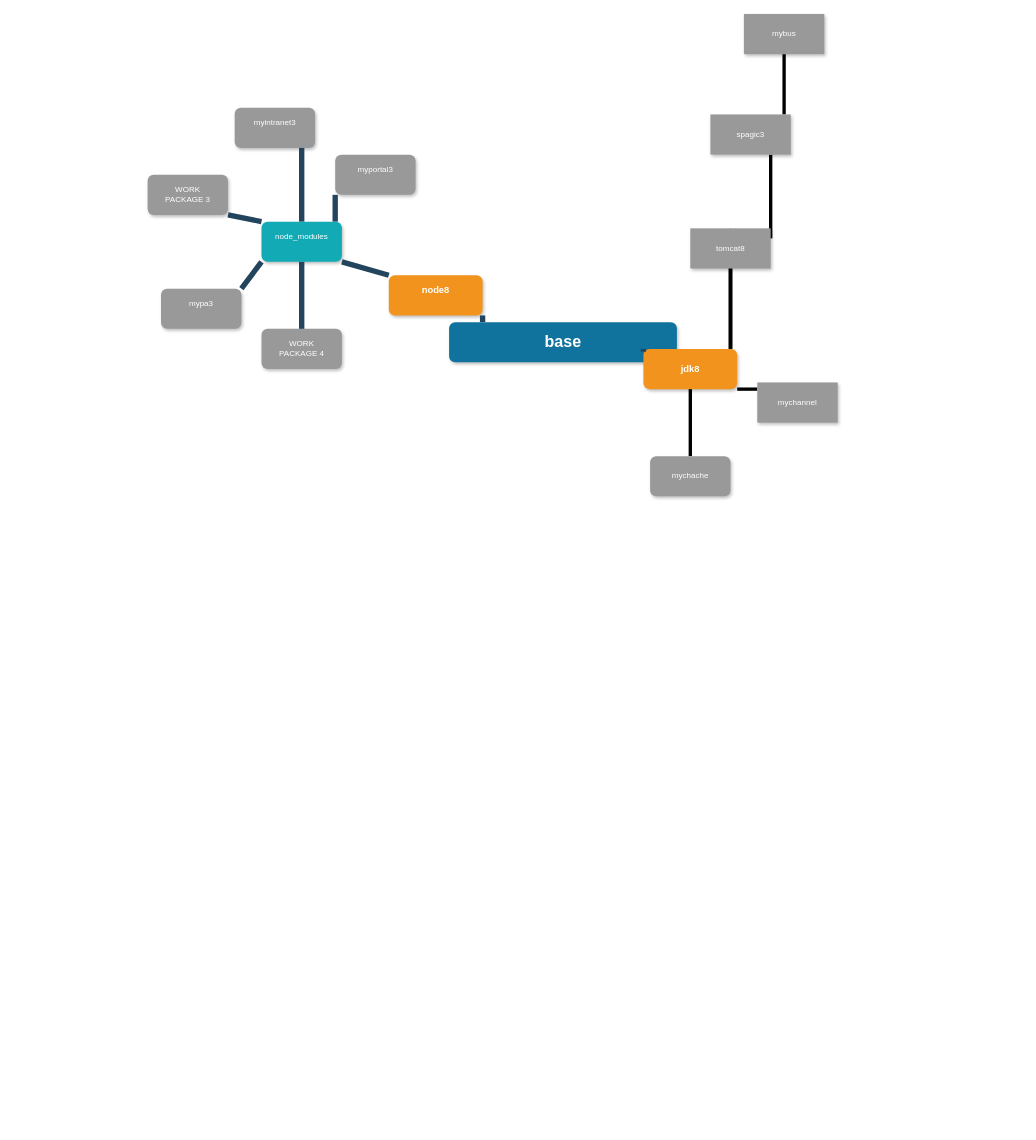
Earlier version of the draw.io diagram Untitled Diagram.drawio (andpra70/drawings). Source tidied: cells renumbered, new cells numbered last; positions are measured from the earlier drawing's top-left corner, leaving out a move shared by most shapes. Both pictures are drawn from the tidied source at 67%, with x=0, y=0 at pixel (147, 13).
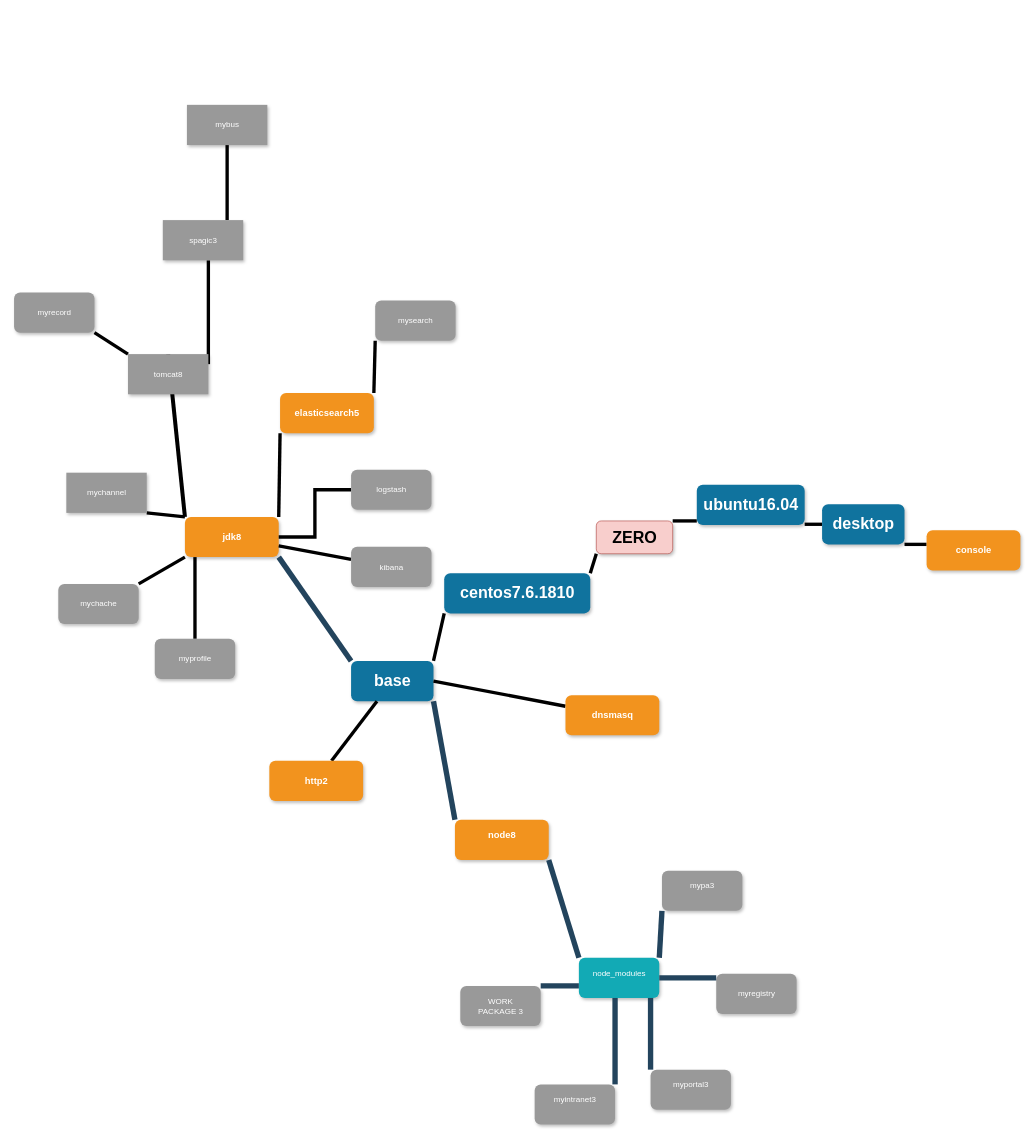
The same page after the edit.

What changed in the source:
```diff
@@
     <mxCell id="2" value="base" style="whiteSpace=wrap;rounded=1;shadow=1;fillColor=#10739E;strokeColor=none;fontColor=#FFFFFF;fontStyle=1;fontSize=24;" parent="1" vertex="1">
-      <mxGeometry x="449.8" y="460.3" width="340" height="60" as="geometry" />
+      <mxGeometry x="303.5" y="966" width="123" height="60" as="geometry" />
     </mxCell>
     <mxCell id="3" value="node8&#10;" style="whiteSpace=wrap;rounded=1;fillColor=#F2931E;strokeColor=none;shadow=1;fontColor=#FFFFFF;fontStyle=1;fontSize=14;" parent="1" vertex="1">
-      <mxGeometry x="359.8" y="390.3" width="140" height="60" as="geometry" />
+      <mxGeometry x="458.5" y="1203" width="140" height="60" as="geometry" />
     </mxCell>
-    <mxCell id="4" style="edgeStyle=orthogonalEdgeStyle;rounded=0;jettySize=auto;html=1;entryX=0.5;entryY=0;entryDx=0;entryDy=0;strokeWidth=6;noEdgeStyle=1;orthogonal=1;" parent="1" edge="1" source="5" target="28">
+    <mxCell id="4" style="edgeStyle=orthogonalEdgeStyle;rounded=0;jettySize=auto;html=1;entryX=0.5;entryY=0;entryDx=0;entryDy=0;strokeWidth=6;noEdgeStyle=1;orthogonal=1;endArrow=none;endFill=0;" parent="1" edge="1" source="5" target="28">
       <mxGeometry relative="1" as="geometry" />
     </mxCell>
     <mxCell id="5" value="jdk8" style="whiteSpace=wrap;rounded=1;fillColor=#F2931E;strokeColor=none;shadow=1;fontColor=#FFFFFF;fontStyle=1;fontSize=14;" parent="1" vertex="1">
-      <mxGeometry x="739.8" y="500.3" width="140" height="60" as="geometry" />
+      <mxGeometry x="55.5" y="751" width="140" height="60" as="geometry" />
     </mxCell>
     <mxCell id="6" value="node_modules&#10;" style="whiteSpace=wrap;rounded=1;fillColor=#12AAB5;strokeColor=none;shadow=1;fontColor=#FFFFFF;" parent="1" vertex="1">
-      <mxGeometry x="169.8" y="310.3" width="120" height="60" as="geometry" />
+      <mxGeometry x="643.5" y="1409" width="120" height="60" as="geometry" />
     </mxCell>
     <mxCell id="7" value="myportal3&#10;" style="whiteSpace=wrap;rounded=1;fillColor=#999999;strokeColor=none;shadow=1;fontColor=#FFFFFF;fontStyle=0;" parent="1" vertex="1">
-      <mxGeometry x="279.8" y="210.3" width="120" height="60" as="geometry" />
+      <mxGeometry x="750.5" y="1576" width="120" height="60" as="geometry" />
     </mxCell>
     <mxCell id="8" value="mypa3&#10;" style="whiteSpace=wrap;rounded=1;fillColor=#999999;strokeColor=none;shadow=1;fontColor=#FFFFFF;fontStyle=0;" parent="1" vertex="1">
-      <mxGeometry x="19.8" y="410.3" width="120" height="60" as="geometry" />
+      <mxGeometry x="767.5" y="1279" width="120" height="60" as="geometry" />
     </mxCell>
     <mxCell id="9" value="WORK&#10;PACKAGE 3" style="whiteSpace=wrap;rounded=1;fillColor=#999999;strokeColor=none;shadow=1;fontColor=#FFFFFF;fontStyle=0;" parent="1" vertex="1">
-      <mxGeometry x="-0.2" y="240.3" width="120" height="60" as="geometry" />
+      <mxGeometry x="466.5" y="1451" width="120" height="60" as="geometry" />
     </mxCell>
-    <mxCell id="10" value="WORK&#10;PACKAGE 4" style="whiteSpace=wrap;rounded=1;fillColor=#999999;strokeColor=none;shadow=1;fontColor=#FFFFFF;fontStyle=0;" parent="1" vertex="1">
-      <mxGeometry x="169.8" y="470.3" width="120" height="60" as="geometry" />
+    <mxCell id="10" value="myregistry" style="whiteSpace=wrap;rounded=1;fillColor=#999999;strokeColor=none;shadow=1;fontColor=#FFFFFF;fontStyle=0;" parent="1" vertex="1">
+      <mxGeometry x="848.5" y="1433" width="120" height="60" as="geometry" />
     </mxCell>
     <mxCell id="11" value="myintranet3&#10;" style="whiteSpace=wrap;rounded=1;fillColor=#999999;strokeColor=none;shadow=1;fontColor=#FFFFFF;fontStyle=0;" parent="1" vertex="1">
-      <mxGeometry x="129.8" y="140.3" width="120" height="60" as="geometry" />
+      <mxGeometry x="577.5" y="1598" width="120" height="60" as="geometry" />
     </mxCell>
@@
     <mxCell id="21" value="mychannel" style="whiteSpace=wrap;rounded=1;fillColor=#999999;strokeColor=none;shadow=1;fontColor=#FFFFFF;fontStyle=0;arcSize=0;" parent="1" vertex="1">
-      <mxGeometry x="909.8" y="550.3" width="120" height="60" as="geometry" />
+      <mxGeometry x="-121.5" y="685" width="120" height="60" as="geometry" />
     </mxCell>
@@
     <mxCell id="23" value="mychache" style="whiteSpace=wrap;rounded=1;fillColor=#999999;strokeColor=none;shadow=1;fontColor=#FFFFFF;fontStyle=0;" parent="1" vertex="1">
-      <mxGeometry x="749.8" y="660.3" width="120" height="60" as="geometry" />
+      <mxGeometry x="-133.5" y="851" width="120" height="60" as="geometry" />
     </mxCell>
@@
     <mxCell id="25" value="mybus" style="whiteSpace=wrap;rounded=1;fillColor=#999999;strokeColor=none;shadow=1;fontColor=#FFFFFF;fontStyle=0;arcSize=0;" parent="1" vertex="1">
-      <mxGeometry x="889.8" y="0.3" width="120" height="60" as="geometry" />
+      <mxGeometry x="58.5" y="136" width="120" height="60" as="geometry" />
     </mxCell>
@@
     <mxCell id="27" value="spagic3" style="whiteSpace=wrap;rounded=1;fillColor=#999999;strokeColor=none;shadow=1;fontColor=#FFFFFF;fontStyle=0;arcSize=0;" parent="1" vertex="1">
-      <mxGeometry x="839.8" y="150.3" width="120" height="60" as="geometry" />
+      <mxGeometry x="22.5" y="308" width="120" height="60" as="geometry" />
     </mxCell>
     <mxCell id="28" value="tomcat8" style="whiteSpace=wrap;rounded=1;fillColor=#999999;strokeColor=none;shadow=1;fontColor=#FFFFFF;fontStyle=0;arcSize=0;" parent="1" vertex="1">
-      <mxGeometry x="809.8" y="320.3" width="120" height="60" as="geometry" />
+      <mxGeometry x="-29.5" y="508" width="120" height="60" as="geometry" />
     </mxCell>
+    <mxCell id="29" style="edgeStyle=orthogonalEdgeStyle;rounded=0;jettySize=auto;html=1;strokeWidth=5;endArrow=none;endFill=0;noEdgeStyle=1;orthogonal=1;" parent="1" edge="1" source="30" target="5">
+      <mxGeometry relative="1" as="geometry" />
+    </mxCell>
+    <mxCell id="30" value="myprofile" style="whiteSpace=wrap;rounded=1;fillColor=#999999;strokeColor=none;shadow=1;fontColor=#FFFFFF;fontStyle=0;" parent="1" vertex="1">
+      <mxGeometry x="10.5" y="933" width="120" height="60" as="geometry" />
+    </mxCell>
+    <mxCell id="31" style="edgeStyle=orthogonalEdgeStyle;rounded=0;jettySize=auto;html=1;endArrow=none;endFill=0;strokeWidth=5;noEdgeStyle=1;orthogonal=1;" parent="1" edge="1" source="32" target="28">
+      <mxGeometry relative="1" as="geometry" />
+    </mxCell>
+    <mxCell id="32" value="myrecord" style="whiteSpace=wrap;rounded=1;fillColor=#999999;strokeColor=none;shadow=1;fontColor=#FFFFFF;fontStyle=0;" parent="1" vertex="1">
+      <mxGeometry x="-199.5" y="416" width="120" height="60" as="geometry" />
+    </mxCell>
+    <mxCell id="33" style="edgeStyle=orthogonalEdgeStyle;rounded=0;jettySize=auto;html=1;endArrow=none;endFill=0;strokeWidth=5;noEdgeStyle=1;orthogonal=1;" parent="1" edge="1" source="34" target="5">
+      <mxGeometry relative="1" as="geometry" />
+    </mxCell>
+    <mxCell id="34" value="elasticsearch5" style="whiteSpace=wrap;rounded=1;fillColor=#F2931E;strokeColor=none;shadow=1;fontColor=#FFFFFF;fontStyle=1;fontSize=14;" parent="1" vertex="1">
+      <mxGeometry x="197.5" y="566" width="140" height="60" as="geometry" />
+    </mxCell>
+    <mxCell id="35" style="edgeStyle=orthogonalEdgeStyle;rounded=0;jettySize=auto;html=1;endArrow=none;endFill=0;strokeWidth=5;noEdgeStyle=1;orthogonal=1;" parent="1" edge="1" source="36" target="34">
+      <mxGeometry relative="1" as="geometry" />
+    </mxCell>
+    <mxCell id="36" value="mysearch" style="whiteSpace=wrap;rounded=1;fillColor=#999999;strokeColor=none;shadow=1;fontColor=#FFFFFF;fontStyle=0;" parent="1" vertex="1">
+      <mxGeometry x="339.5" y="428" width="120" height="60" as="geometry" />
+    </mxCell>
+    <mxCell id="37" style="edgeStyle=orthogonalEdgeStyle;rounded=0;jettySize=auto;html=1;endArrow=none;endFill=0;strokeWidth=5;noEdgeStyle=1;orthogonal=1;" parent="1" edge="1" source="38" target="42">
+      <mxGeometry relative="1" as="geometry" />
+    </mxCell>
+    <mxCell id="38" value="desktop" style="whiteSpace=wrap;rounded=1;shadow=1;fillColor=#10739E;strokeColor=none;fontColor=#FFFFFF;fontStyle=1;fontSize=24;" parent="1" vertex="1">
+      <mxGeometry x="1006.5" y="732" width="123" height="60" as="geometry" />
+    </mxCell>
+    <mxCell id="39" style="edgeStyle=orthogonalEdgeStyle;rounded=0;jettySize=auto;html=1;endArrow=none;endFill=0;strokeWidth=5;noEdgeStyle=1;orthogonal=1;" parent="1" edge="1" source="40" target="38">
+      <mxGeometry relative="1" as="geometry" />
+    </mxCell>
+    <mxCell id="40" value="console" style="whiteSpace=wrap;rounded=1;fillColor=#F2931E;strokeColor=none;shadow=1;fontColor=#FFFFFF;fontStyle=1;fontSize=14;" parent="1" vertex="1">
+      <mxGeometry x="1162.5" y="771" width="140" height="60" as="geometry" />
+    </mxCell>
+    <mxCell id="41" style="edgeStyle=orthogonalEdgeStyle;rounded=0;jettySize=auto;html=1;endArrow=none;endFill=0;strokeWidth=5;noEdgeStyle=1;orthogonal=1;" parent="1" edge="1" source="42" target="46">
+      <mxGeometry relative="1" as="geometry" />
+    </mxCell>
+    <mxCell id="42" value="ubuntu16.04" style="whiteSpace=wrap;rounded=1;shadow=1;fillColor=#10739E;strokeColor=none;fontColor=#FFFFFF;fontStyle=1;fontSize=24;" parent="1" vertex="1">
+      <mxGeometry x="819.5" y="703" width="161" height="60" as="geometry" />
+    </mxCell>
+    <mxCell id="43" style="edgeStyle=orthogonalEdgeStyle;rounded=0;jettySize=auto;html=1;endArrow=none;endFill=0;strokeWidth=5;noEdgeStyle=1;orthogonal=1;" parent="1" edge="1" source="45" target="2">
+      <mxGeometry relative="1" as="geometry" />
+    </mxCell>
+    <mxCell id="44" style="edgeStyle=orthogonalEdgeStyle;rounded=0;jettySize=auto;html=1;endArrow=none;endFill=0;strokeWidth=5;noEdgeStyle=1;orthogonal=1;" parent="1" edge="1" source="45" target="46">
+      <mxGeometry relative="1" as="geometry" />
+    </mxCell>
+    <mxCell id="45" value="centos7.6.1810" style="whiteSpace=wrap;rounded=1;shadow=1;fillColor=#10739E;strokeColor=none;fontColor=#FFFFFF;fontStyle=1;fontSize=24;" parent="1" vertex="1">
+      <mxGeometry x="442.5" y="835" width="218" height="60" as="geometry" />
+    </mxCell>
+    <mxCell id="46" value="ZERO" style="whiteSpace=wrap;rounded=1;shadow=1;fillColor=#f8cecc;strokeColor=#b85450;fontStyle=1;fontSize=24;" parent="1" vertex="1">
+      <mxGeometry x="669.5" y="757" width="114" height="49" as="geometry" />
+    </mxCell>
+    <mxCell id="47" style="edgeStyle=orthogonalEdgeStyle;rounded=0;jettySize=auto;html=1;entryX=1;entryY=0.5;entryDx=0;entryDy=0;endArrow=none;endFill=0;strokeWidth=5;noEdgeStyle=1;" parent="1" edge="1" source="48" target="2">
+      <mxGeometry relative="1" as="geometry" />
+    </mxCell>
+    <mxCell id="48" value="dnsmasq" style="whiteSpace=wrap;rounded=1;fillColor=#F2931E;strokeColor=none;shadow=1;fontColor=#FFFFFF;fontStyle=1;fontSize=14;" parent="1" vertex="1">
+      <mxGeometry x="623.5" y="1017" width="140" height="60" as="geometry" />
+    </mxCell>
+    <mxCell id="49" style="edgeStyle=orthogonalEdgeStyle;rounded=0;jettySize=auto;html=1;endArrow=none;endFill=0;strokeWidth=5;noEdgeStyle=1;" parent="1" edge="1" source="50" target="2">
+      <mxGeometry relative="1" as="geometry" />
+    </mxCell>
+    <mxCell id="50" value="http2" style="whiteSpace=wrap;rounded=1;fillColor=#F2931E;strokeColor=none;shadow=1;fontColor=#FFFFFF;fontStyle=1;fontSize=14;" parent="1" vertex="1">
+      <mxGeometry x="181.5" y="1115" width="140" height="60" as="geometry" />
+    </mxCell>
+    <mxCell id="51" style="edgeStyle=orthogonalEdgeStyle;rounded=0;jettySize=auto;html=1;endArrow=none;endFill=0;strokeWidth=5;noEdgeStyle=1;" parent="1" edge="1" source="52" target="5">
+      <mxGeometry relative="1" as="geometry" />
+    </mxCell>
+    <mxCell id="52" value="kibana" style="whiteSpace=wrap;rounded=1;fillColor=#999999;strokeColor=none;shadow=1;fontColor=#FFFFFF;fontStyle=0;" parent="1" vertex="1">
+      <mxGeometry x="303.5" y="795.5" width="120" height="60" as="geometry" />
+    </mxCell>
+    <mxCell id="53" style="edgeStyle=orthogonalEdgeStyle;rounded=0;jettySize=auto;html=1;endArrow=none;endFill=0;strokeWidth=5;entryX=1;entryY=0.5;entryDx=0;entryDy=0;" parent="1" edge="1" source="54" target="5">
+      <mxGeometry relative="1" as="geometry" />
+    </mxCell>
+    <mxCell id="54" value="logstash" style="whiteSpace=wrap;rounded=1;fillColor=#999999;strokeColor=none;shadow=1;fontColor=#FFFFFF;fontStyle=0;" parent="1" vertex="1">
+      <mxGeometry x="303.5" y="680.5" width="120" height="60" as="geometry" />
+    </mxCell>
```
